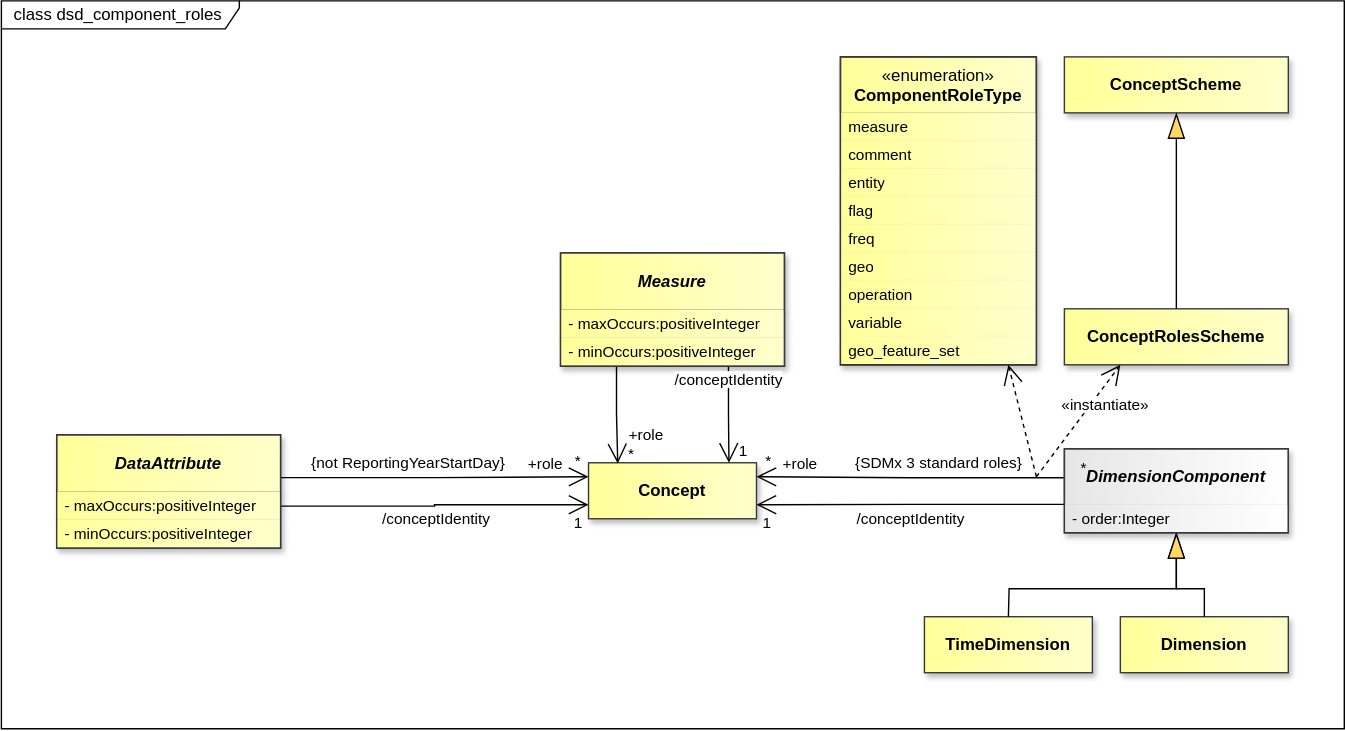
sdmx-twg/sdmx-im keeps this draw.io diagram as docs/technical_notes/media/sdmx_datastructure-datastructure_component_roles.svg. Above is the earlier version. Source tidied: cells renumbered, new cells last; positions are measured from the earlier drawing's top-left corner, leaving out a move shared by most shapes.
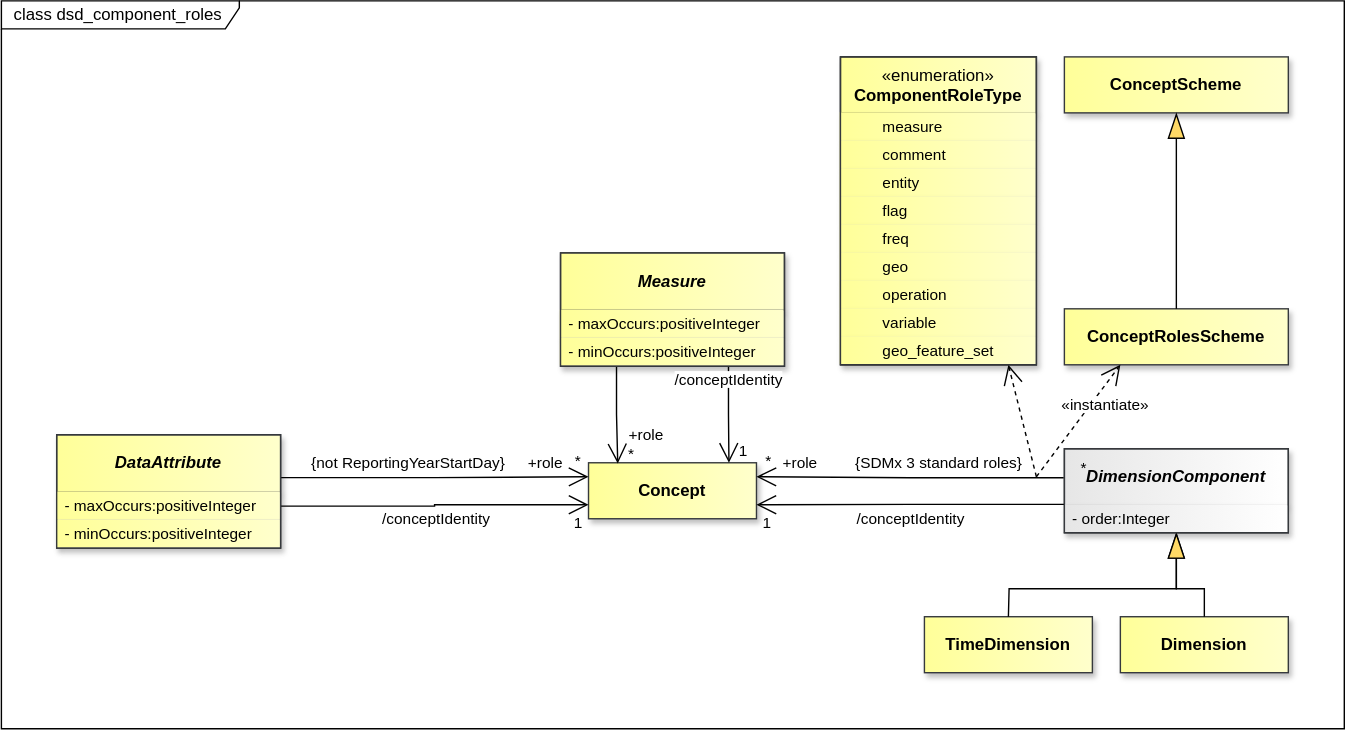
Later version of the same file.

What changed in the source:
```diff
@@ -110,31 +110,31 @@
     <mxCell id="37" value="&lt;span style=&quot;font-weight: normal;&quot;&gt;«enumeration»&lt;/span&gt;&lt;br&gt;ComponentRoleType" style="swimlane;fontStyle=1;align=center;verticalAlign=top;horizontal=1;startSize=40;whiteSpace=wrap;html=1;fillColor=light-dark(#FFFF99,#FFFF99);strokeColor=light-dark(#000000,#000000);gradientDirection=east;swimlaneLine=1;fontColor=light-dark(#000000,#000000);labelBackgroundColor=none;textShadow=0;gradientColor=light-dark(#FFFFCC,#FFFFCC);shadow=1;" parent="1" vertex="1">
       <mxGeometry x="600" y="40" width="140" height="220" as="geometry" />
     </mxCell>
-    <mxCell id="38" value="measure" style="text;strokeColor=none;fillColor=light-dark(#FFFF99,#FFFF99);align=left;verticalAlign=middle;spacingLeft=4;spacingRight=4;overflow=hidden;whiteSpace=wrap;html=1;fontFamily=Helvetica;fontSize=11;fontColor=light-dark(#000000,#000000);gradientColor=light-dark(#FFFFCC,#FFFFCC);gradientDirection=east;shadow=1;" parent="37" vertex="1">
+    <mxCell id="38" value="&lt;span style=&quot;white-space: pre;&quot;&gt;&#9;&lt;/span&gt;measure" style="text;strokeColor=none;fillColor=light-dark(#FFFF99,#FFFF99);align=left;verticalAlign=middle;spacingLeft=4;spacingRight=4;overflow=hidden;whiteSpace=wrap;html=1;fontFamily=Helvetica;fontSize=11;fontColor=light-dark(#000000,#000000);gradientColor=light-dark(#FFFFCC,#FFFFCC);gradientDirection=east;shadow=1;" parent="37" vertex="1">
       <mxGeometry y="40" width="140" height="20" as="geometry" />
     </mxCell>
-    <mxCell id="39" value="comment" style="text;strokeColor=none;fillColor=light-dark(#FFFF99,#FFFF99);align=left;verticalAlign=middle;spacingLeft=4;spacingRight=4;overflow=hidden;whiteSpace=wrap;html=1;fontFamily=Helvetica;fontSize=11;fontColor=light-dark(#000000,#000000);gradientColor=light-dark(#FFFFCC,#FFFFCC);gradientDirection=east;shadow=1;" parent="37" vertex="1">
+    <mxCell id="39" value="&lt;span style=&quot;white-space: pre;&quot;&gt;&#9;&lt;/span&gt;comment" style="text;strokeColor=none;fillColor=light-dark(#FFFF99,#FFFF99);align=left;verticalAlign=middle;spacingLeft=4;spacingRight=4;overflow=hidden;whiteSpace=wrap;html=1;fontFamily=Helvetica;fontSize=11;fontColor=light-dark(#000000,#000000);gradientColor=light-dark(#FFFFCC,#FFFFCC);gradientDirection=east;shadow=1;" parent="37" vertex="1">
       <mxGeometry y="60" width="140" height="20" as="geometry" />
     </mxCell>
-    <mxCell id="40" value="entity" style="text;strokeColor=none;fillColor=light-dark(#FFFF99,#FFFF99);align=left;verticalAlign=middle;spacingLeft=4;spacingRight=4;overflow=hidden;whiteSpace=wrap;html=1;fontFamily=Helvetica;fontSize=11;fontColor=light-dark(#000000,#000000);gradientColor=light-dark(#FFFFCC,#FFFFCC);gradientDirection=east;shadow=1;" parent="37" vertex="1">
+    <mxCell id="40" value="&lt;span style=&quot;white-space: pre;&quot;&gt;&#9;&lt;/span&gt;entity" style="text;strokeColor=none;fillColor=light-dark(#FFFF99,#FFFF99);align=left;verticalAlign=middle;spacingLeft=4;spacingRight=4;overflow=hidden;whiteSpace=wrap;html=1;fontFamily=Helvetica;fontSize=11;fontColor=light-dark(#000000,#000000);gradientColor=light-dark(#FFFFCC,#FFFFCC);gradientDirection=east;shadow=1;" parent="37" vertex="1">
       <mxGeometry y="80" width="140" height="20" as="geometry" />
     </mxCell>
-    <mxCell id="41" value="flag" style="text;strokeColor=none;fillColor=light-dark(#FFFF99,#FFFF99);align=left;verticalAlign=middle;spacingLeft=4;spacingRight=4;overflow=hidden;whiteSpace=wrap;html=1;fontFamily=Helvetica;fontSize=11;fontColor=light-dark(#000000,#000000);gradientColor=light-dark(#FFFFCC,#FFFFCC);gradientDirection=east;shadow=1;" parent="37" vertex="1">
+    <mxCell id="41" value="&lt;span style=&quot;white-space: pre;&quot;&gt;&#9;&lt;/span&gt;flag" style="text;strokeColor=none;fillColor=light-dark(#FFFF99,#FFFF99);align=left;verticalAlign=middle;spacingLeft=4;spacingRight=4;overflow=hidden;whiteSpace=wrap;html=1;fontFamily=Helvetica;fontSize=11;fontColor=light-dark(#000000,#000000);gradientColor=light-dark(#FFFFCC,#FFFFCC);gradientDirection=east;shadow=1;" parent="37" vertex="1">
       <mxGeometry y="100" width="140" height="20" as="geometry" />
     </mxCell>
-    <mxCell id="42" value="freq" style="text;strokeColor=none;fillColor=light-dark(#FFFF99,#FFFF99);align=left;verticalAlign=middle;spacingLeft=4;spacingRight=4;overflow=hidden;whiteSpace=wrap;html=1;fontFamily=Helvetica;fontSize=11;fontColor=light-dark(#000000,#000000);gradientColor=light-dark(#FFFFCC,#FFFFCC);gradientDirection=east;shadow=1;" parent="37" vertex="1">
+    <mxCell id="42" value="&lt;span style=&quot;white-space: pre;&quot;&gt;&#9;&lt;/span&gt;freq" style="text;strokeColor=none;fillColor=light-dark(#FFFF99,#FFFF99);align=left;verticalAlign=middle;spacingLeft=4;spacingRight=4;overflow=hidden;whiteSpace=wrap;html=1;fontFamily=Helvetica;fontSize=11;fontColor=light-dark(#000000,#000000);gradientColor=light-dark(#FFFFCC,#FFFFCC);gradientDirection=east;shadow=1;" parent="37" vertex="1">
       <mxGeometry y="120" width="140" height="20" as="geometry" />
     </mxCell>
-    <mxCell id="43" value="geo" style="text;strokeColor=none;fillColor=light-dark(#FFFF99,#FFFF99);align=left;verticalAlign=middle;spacingLeft=4;spacingRight=4;overflow=hidden;whiteSpace=wrap;html=1;fontFamily=Helvetica;fontSize=11;fontColor=light-dark(#000000,#000000);gradientColor=light-dark(#FFFFCC,#FFFFCC);gradientDirection=east;shadow=1;" parent="37" vertex="1">
+    <mxCell id="43" value="&lt;span style=&quot;white-space: pre;&quot;&gt;&#9;&lt;/span&gt;geo" style="text;strokeColor=none;fillColor=light-dark(#FFFF99,#FFFF99);align=left;verticalAlign=middle;spacingLeft=4;spacingRight=4;overflow=hidden;whiteSpace=wrap;html=1;fontFamily=Helvetica;fontSize=11;fontColor=light-dark(#000000,#000000);gradientColor=light-dark(#FFFFCC,#FFFFCC);gradientDirection=east;shadow=1;" parent="37" vertex="1">
       <mxGeometry y="140" width="140" height="20" as="geometry" />
     </mxCell>
-    <mxCell id="44" value="operation" style="text;strokeColor=none;fillColor=light-dark(#FFFF99,#FFFF99);align=left;verticalAlign=middle;spacingLeft=4;spacingRight=4;overflow=hidden;whiteSpace=wrap;html=1;fontFamily=Helvetica;fontSize=11;fontColor=light-dark(#000000,#000000);gradientColor=light-dark(#FFFFCC,#FFFFCC);gradientDirection=east;shadow=1;" parent="37" vertex="1">
+    <mxCell id="44" value="&lt;span style=&quot;white-space: pre;&quot;&gt;&#9;&lt;/span&gt;operation" style="text;strokeColor=none;fillColor=light-dark(#FFFF99,#FFFF99);align=left;verticalAlign=middle;spacingLeft=4;spacingRight=4;overflow=hidden;whiteSpace=wrap;html=1;fontFamily=Helvetica;fontSize=11;fontColor=light-dark(#000000,#000000);gradientColor=light-dark(#FFFFCC,#FFFFCC);gradientDirection=east;shadow=1;" parent="37" vertex="1">
       <mxGeometry y="160" width="140" height="20" as="geometry" />
     </mxCell>
-    <mxCell id="45" value="variable" style="text;strokeColor=none;fillColor=light-dark(#FFFF99,#FFFF99);align=left;verticalAlign=middle;spacingLeft=4;spacingRight=4;overflow=hidden;whiteSpace=wrap;html=1;fontFamily=Helvetica;fontSize=11;fontColor=light-dark(#000000,#000000);gradientColor=light-dark(#FFFFCC,#FFFFCC);gradientDirection=east;shadow=1;" parent="37" vertex="1">
+    <mxCell id="45" value="&lt;span style=&quot;white-space: pre;&quot;&gt;&#9;&lt;/span&gt;variable" style="text;strokeColor=none;fillColor=light-dark(#FFFF99,#FFFF99);align=left;verticalAlign=middle;spacingLeft=4;spacingRight=4;overflow=hidden;whiteSpace=wrap;html=1;fontFamily=Helvetica;fontSize=11;fontColor=light-dark(#000000,#000000);gradientColor=light-dark(#FFFFCC,#FFFFCC);gradientDirection=east;shadow=1;" parent="37" vertex="1">
       <mxGeometry y="180" width="140" height="20" as="geometry" />
     </mxCell>
-    <mxCell id="46" value="geo_feature_set" style="text;strokeColor=none;fillColor=light-dark(#FFFF99,#FFFF99);align=left;verticalAlign=middle;spacingLeft=4;spacingRight=4;overflow=hidden;points=[[0,0.5],[1,0.5]];portConstraint=eastwest;whiteSpace=wrap;html=1;fontFamily=Helvetica;fontSize=11;fontColor=light-dark(#000000,#000000);gradientColor=light-dark(#FFFFCC,#FFFFCC);gradientDirection=east;shadow=1;" parent="37" vertex="1">
+    <mxCell id="46" value="&lt;span style=&quot;white-space: pre;&quot;&gt;&#9;&lt;/span&gt;geo_feature_set" style="text;strokeColor=none;fillColor=light-dark(#FFFF99,#FFFF99);align=left;verticalAlign=middle;spacingLeft=4;spacingRight=4;overflow=hidden;points=[[0,0.5],[1,0.5]];portConstraint=eastwest;whiteSpace=wrap;html=1;fontFamily=Helvetica;fontSize=11;fontColor=light-dark(#000000,#000000);gradientColor=light-dark(#FFFFCC,#FFFFCC);gradientDirection=east;shadow=1;" parent="37" vertex="1">
       <mxGeometry y="200" width="140" height="20" as="geometry" />
     </mxCell>
     <mxCell id="47" style="endArrow=blockThin;endSize=16;endFill=1;html=1;rounded=0;entryX=0.5;entryY=1;entryDx=0;entryDy=0;startFill=0;endFillColor=light-dark(#FFD966,#FFD966);strokeColor=light-dark(#000000,#FFFFFF);startFillColor=light-dark(#000000,#FFFFFF);labelBackgroundColor=none;labelBorderColor=light-dark(#000000,#FFFFFF);exitX=0.5;exitY=0;exitDx=0;exitDy=0;" parent="1" edge="1" source="36" target="31">
```
